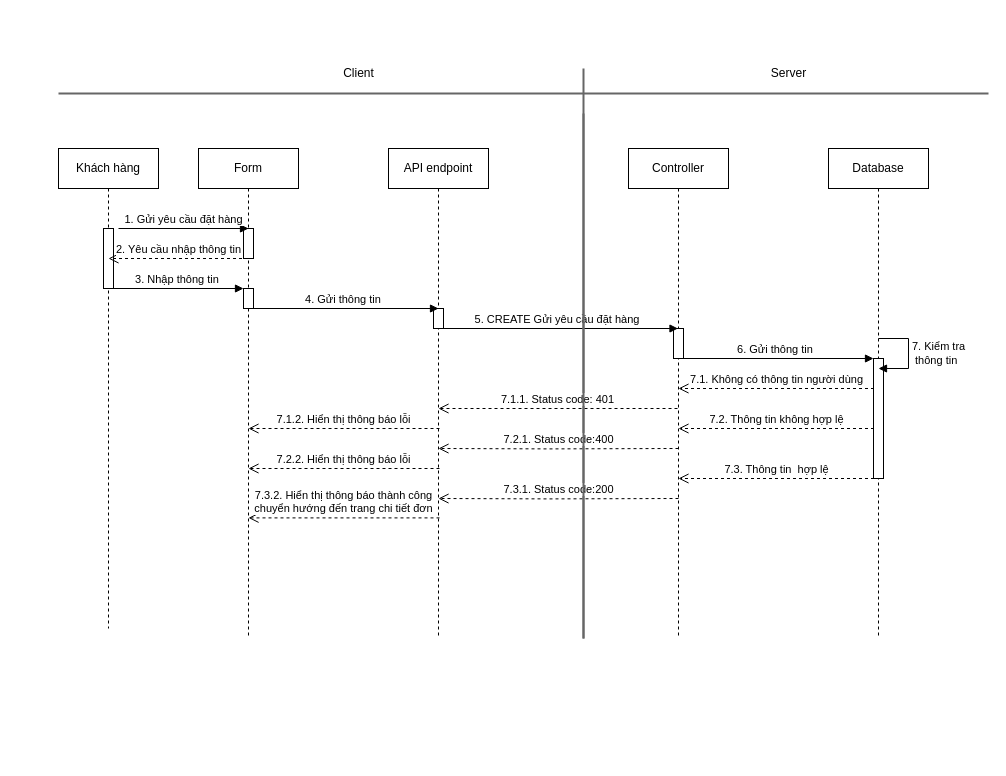
This is page "Page-2" (2 of 3) of SD/SD_QUANLYDATHANG.drawio from hieuNV0871/da, a draw.io file, before an edit. Source tidied: cells renumbered, new cells numbered last; positions are measured from the earlier drawing's top-left corner, leaving out a move shared by most shapes. Both pictures are drawn from the tidied source at 100%, with x=0, y=0 at pixel (58, 58).
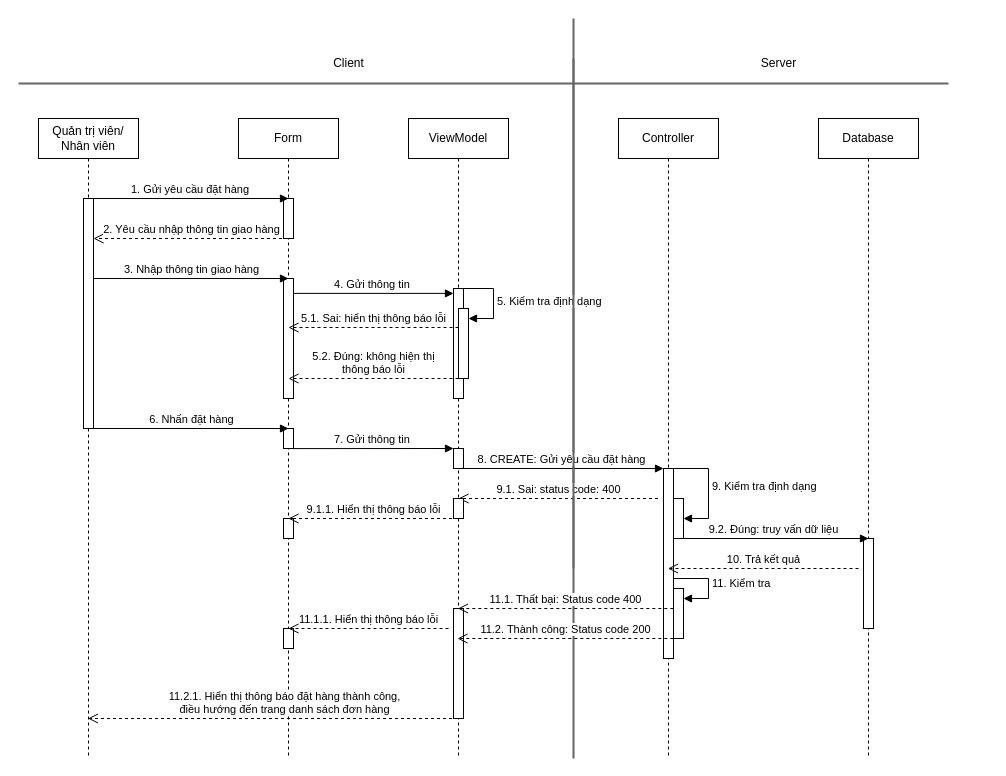
The same diagram, later.

What changed in the source:
```diff
@@
-    <mxCell id="2" value="Khách hàng" style="shape=umlLifeline;perimeter=lifelinePerimeter;whiteSpace=wrap;html=1;newEdgeStyle={&quot;curved&quot;:0,&quot;rounded&quot;:0};" parent="1" vertex="1">
-      <mxGeometry y="90" width="100" height="480" as="geometry" />
-    </mxCell>
-    <mxCell id="3" style="html=1;points=[[0,0,0,0,5],[0,1,0,0,-5],[1,0,0,0,5],[1,1,0,0,-5]];perimeter=orthogonalPerimeter;outlineConnect=0;targetShapes=umlLifeline;portConstraint=eastwest;newEdgeStyle={&quot;curved&quot;:0,&quot;rounded&quot;:0};" parent="2" vertex="1">
-      <mxGeometry x="45" y="80" width="10" height="60" as="geometry" />
-    </mxCell>
+    <mxCell id="34" style="line;strokeWidth=2;direction=south;html=1;fillColor=#f5f5f5;fontColor=#333333;strokeColor=#666666;" parent="1" vertex="1">
+      <mxGeometry x="510" y="-40" width="10" height="550" as="geometry" />
+    </mxCell>
+    <mxCell id="35" value="Quản trị viên/ Nhân viên" style="shape=umlLifeline;perimeter=lifelinePerimeter;whiteSpace=wrap;html=1;outlineConnect=0;portConstraint=eastwest;newEdgeStyle={&quot;curved&quot;:0,&quot;rounded&quot;:0};" parent="1" vertex="1">
+      <mxGeometry x="-20" y="60" width="100" height="640" as="geometry" />
+    </mxCell>
+    <mxCell id="36" style="html=1;points=[[0,0,0,0,5],[0,1,0,0,-5],[1,0,0,0,5],[1,1,0,0,-5]];perimeter=orthogonalPerimeter;outlineConnect=0;targetShapes=umlLifeline;portConstraint=eastwest;newEdgeStyle={&quot;curved&quot;:0,&quot;rounded&quot;:0};" parent="35" vertex="1">
+      <mxGeometry x="45" y="80" width="10" height="230" as="geometry" />
+    </mxCell>
     <mxCell id="4" value="Form" style="shape=umlLifeline;perimeter=lifelinePerimeter;whiteSpace=wrap;html=1;outlineConnect=0;portConstraint=eastwest;newEdgeStyle={&quot;curved&quot;:0,&quot;rounded&quot;:0};" parent="1" vertex="1">
-      <mxGeometry x="140" y="90" width="100" height="490" as="geometry" />
+      <mxGeometry x="180" y="60" width="100" height="640" as="geometry" />
     </mxCell>
-    <mxCell id="5" style="html=1;perimeter=orthogonalPerimeter;targetShapes=umlLifeline;newEdgeStyle={&quot;curved&quot;:0,&quot;rounded&quot;:0};" parent="4" vertex="1">
-      <mxGeometry x="45" y="80" width="10" height="30" as="geometry" />
-    </mxCell>
-    <mxCell id="6" style="html=1;points=[[0,0,0,0,5],[0,1,0,0,-5],[1,0,0,0,5],[1,1,0,0,-5]];perimeter=orthogonalPerimeter;outlineConnect=0;targetShapes=umlLifeline;portConstraint=eastwest;newEdgeStyle={&quot;curved&quot;:0,&quot;rounded&quot;:0};" parent="4" vertex="1">
-      <mxGeometry x="45" y="140" width="10" height="20" as="geometry" />
-    </mxCell>
+    <mxCell id="37" style="html=1;perimeter=orthogonalPerimeter;targetShapes=umlLifeline;newEdgeStyle={&quot;curved&quot;:0,&quot;rounded&quot;:0};" parent="4" vertex="1">
+      <mxGeometry x="45" y="80" width="10" height="40" as="geometry" />
+    </mxCell>
+    <mxCell id="38" style="html=1;points=[[0,0,0,0,5],[0,1,0,0,-5],[1,0,0,0,5],[1,1,0,0,-5]];perimeter=orthogonalPerimeter;outlineConnect=0;targetShapes=umlLifeline;portConstraint=eastwest;newEdgeStyle={&quot;curved&quot;:0,&quot;rounded&quot;:0};" parent="4" vertex="1">
+      <mxGeometry x="45" y="160" width="10" height="120" as="geometry" />
+    </mxCell>
+    <mxCell id="39" style="html=1;perimeter=orthogonalPerimeter;targetShapes=umlLifeline;newEdgeStyle={&quot;curved&quot;:0,&quot;rounded&quot;:0};" parent="4" vertex="1">
+      <mxGeometry x="45" y="310" width="10" height="20" as="geometry" />
+    </mxCell>
+    <mxCell id="40" style="html=1;perimeter=orthogonalPerimeter;targetShapes=umlLifeline;newEdgeStyle={&quot;curved&quot;:0,&quot;rounded&quot;:0};" parent="4" vertex="1">
+      <mxGeometry x="45" y="400" width="10" height="20" as="geometry" />
+    </mxCell>
+    <mxCell id="41" style="html=1;perimeter=orthogonalPerimeter;targetShapes=umlLifeline;newEdgeStyle={&quot;curved&quot;:0,&quot;rounded&quot;:0};" parent="4" vertex="1">
+      <mxGeometry x="45" y="510" width="10" height="20" as="geometry" />
+    </mxCell>
     <mxCell id="7" value="Controller" style="shape=umlLifeline;perimeter=lifelinePerimeter;whiteSpace=wrap;html=1;outlineConnect=0;portConstraint=eastwest;newEdgeStyle={&quot;curved&quot;:0,&quot;rounded&quot;:0};" parent="1" vertex="1">
-      <mxGeometry x="570" y="90" width="100" height="490" as="geometry" />
+      <mxGeometry x="560" y="60" width="100" height="640" as="geometry" />
     </mxCell>
-    <mxCell id="8" style="html=1;perimeter=orthogonalPerimeter;targetShapes=umlLifeline;newEdgeStyle={&quot;curved&quot;:0,&quot;rounded&quot;:0};" parent="7" vertex="1">
-      <mxGeometry x="45" y="180" width="10" height="30" as="geometry" />
-    </mxCell>
-    <mxCell id="9" value="2. Yêu cầu nhập thông tin" style="html=1;verticalAlign=bottom;endArrow=open;dashed=1;endSize=8;curved=0;rounded=0;" parent="1" edge="1">
-      <mxGeometry relative="1" as="geometry">
-        <mxPoint x="189.5" y="200" as="sourcePoint" />
-        <mxPoint x="50" y="200" as="targetPoint" />
-        <Array as="points">
-          <mxPoint x="90" y="200" />
-        </Array>
-      </mxGeometry>
-    </mxCell>
-    <mxCell id="10" value="3. Nhập thông tin&amp;nbsp;" style="html=1;verticalAlign=bottom;endArrow=block;curved=0;rounded=0;" parent="1" edge="1" source="3" target="6">
-      <mxGeometry relative="1" as="geometry" />
-    </mxCell>
+    <mxCell id="42" style="html=1;points=[[0,0,0,0,5],[0,1,0,0,-5],[1,0,0,0,5],[1,1,0,0,-5]];perimeter=orthogonalPerimeter;outlineConnect=0;targetShapes=umlLifeline;portConstraint=eastwest;newEdgeStyle={&quot;curved&quot;:0,&quot;rounded&quot;:0};" parent="7" vertex="1">
+      <mxGeometry x="45" y="350" width="10" height="190" as="geometry" />
+    </mxCell>
+    <mxCell id="43" value="9. Kiểm tra định dạng" style="html=1;align=left;spacingLeft=2;endArrow=block;rounded=0;edgeStyle=orthogonalEdgeStyle;curved=0;rounded=0;exitX=0.5;exitY=0;exitDx=0;exitDy=0;exitPerimeter=0;" parent="7" edge="1" source="42" target="44">
+      <mxGeometry relative="1" as="geometry">
+        <Array as="points">
+          <mxPoint x="90" y="350" />
+          <mxPoint x="90" y="400" />
+        </Array>
+      </mxGeometry>
+    </mxCell>
+    <mxCell id="44" style="html=1;points=[[0,0,0,0,5],[0,1,0,0,-5],[1,0,0,0,5],[1,1,0,0,-5]];perimeter=orthogonalPerimeter;outlineConnect=0;targetShapes=umlLifeline;portConstraint=eastwest;newEdgeStyle={&quot;curved&quot;:0,&quot;rounded&quot;:0};" parent="7" vertex="1">
+      <mxGeometry x="55" y="380" width="10" height="40" as="geometry" />
+    </mxCell>
+    <mxCell id="45" style="html=1;points=[[0,0,0,0,5],[0,1,0,0,-5],[1,0,0,0,5],[1,1,0,0,-5]];perimeter=orthogonalPerimeter;outlineConnect=0;targetShapes=umlLifeline;portConstraint=eastwest;newEdgeStyle={&quot;curved&quot;:0,&quot;rounded&quot;:0};" parent="7" vertex="1">
+      <mxGeometry x="55" y="470" width="10" height="50" as="geometry" />
+    </mxCell>
+    <mxCell id="46" value="11. Kiểm tra" style="html=1;align=left;spacingLeft=2;endArrow=block;rounded=0;edgeStyle=orthogonalEdgeStyle;curved=0;rounded=0;" parent="7" edge="1" target="45">
+      <mxGeometry relative="1" as="geometry">
+        <mxPoint x="55" y="460" as="sourcePoint" />
+        <Array as="points">
+          <mxPoint x="90" y="460" />
+          <mxPoint x="90" y="480" />
+        </Array>
+      </mxGeometry>
+    </mxCell>
+    <mxCell id="47" value="2. Yêu cầu nhập thông tin giao hàng" style="html=1;verticalAlign=bottom;endArrow=open;dashed=1;endSize=8;curved=0;rounded=0;" parent="1" edge="1" source="4" target="36">
+      <mxGeometry relative="1" as="geometry">
+        <Array as="points">
+          <mxPoint x="110" y="180" />
+        </Array>
+      </mxGeometry>
+    </mxCell>
+    <mxCell id="48" value="3. Nhập thông tin giao hàng" style="html=1;verticalAlign=bottom;endArrow=block;curved=0;rounded=0;" parent="1" edge="1" source="36">
+      <mxGeometry relative="1" as="geometry">
+        <mxPoint x="230" y="220" as="targetPoint" />
+      </mxGeometry>
+    </mxCell>
-    <mxCell id="11" value="1. Gửi yêu cầu đặt hàng" style="html=1;verticalAlign=bottom;endArrow=block;curved=0;rounded=0;" parent="1" edge="1">
+    <mxCell id="11" value="1. Gửi yêu cầu đặt hàng&amp;nbsp;" style="html=1;verticalAlign=bottom;endArrow=block;curved=0;rounded=0;" parent="1" edge="1">
       <mxGeometry relative="1" as="geometry">
-        <mxPoint x="60" y="170" as="sourcePoint" />
-        <mxPoint x="190" y="170" as="targetPoint" />
+        <mxPoint x="35" y="140" as="sourcePoint" />
+        <mxPoint x="230" y="140" as="targetPoint" />
       </mxGeometry>
     </mxCell>
-    <mxCell id="12" value="5. CREATE Gửi yêu cầu đặt hàng&amp;nbsp;" style="html=1;verticalAlign=bottom;endArrow=block;curved=0;rounded=0;" parent="1" edge="1" target="7">
-      <mxGeometry relative="1" as="geometry">
-        <mxPoint x="380" y="270" as="sourcePoint" />
-      </mxGeometry>
-    </mxCell>
+    <mxCell id="49" value="8. CREATE: Gửi yêu cầu đặt hàng" style="html=1;verticalAlign=bottom;endArrow=block;curved=0;rounded=0;" parent="1" edge="1">
+      <mxGeometry relative="1" as="geometry">
+        <mxPoint x="400" y="410" as="sourcePoint" />
+        <mxPoint x="605" y="410" as="targetPoint" />
+      </mxGeometry>
+    </mxCell>
+    <mxCell id="50" value="9.1. Sai: status code: 400" style="html=1;verticalAlign=bottom;endArrow=open;dashed=1;endSize=8;curved=0;rounded=0;" parent="1" edge="1">
+      <mxGeometry relative="1" as="geometry">
+        <mxPoint x="599.5" y="440" as="sourcePoint" />
+        <mxPoint x="400" y="440" as="targetPoint" />
+        <Array as="points">
+          <mxPoint x="475" y="440" />
+        </Array>
+      </mxGeometry>
+    </mxCell>
     <mxCell id="13" value="Database" style="shape=umlLifeline;perimeter=lifelinePerimeter;whiteSpace=wrap;html=1;newEdgeStyle={&quot;curved&quot;:0,&quot;rounded&quot;:0};" parent="1" vertex="1">
-      <mxGeometry x="770" y="90" width="100" height="490" as="geometry" />
+      <mxGeometry x="760" y="60" width="100" height="640" as="geometry" />
     </mxCell>
-    <mxCell id="14" style="html=1;points=[[0,0,0,0,5],[0,1,0,0,-5],[1,0,0,0,5],[1,1,0,0,-5]];perimeter=orthogonalPerimeter;outlineConnect=0;targetShapes=umlLifeline;portConstraint=eastwest;newEdgeStyle={&quot;curved&quot;:0,&quot;rounded&quot;:0};" parent="13" vertex="1">
-      <mxGeometry x="45" y="210" width="10" height="120" as="geometry" />
-    </mxCell>
-    <mxCell id="15" style="line;strokeWidth=2;html=1;fillColor=#f5f5f5;fontColor=#333333;strokeColor=#666666;" parent="1" vertex="1">
-      <mxGeometry y="30" width="930" height="10" as="geometry" />
-    </mxCell>
+    <mxCell id="51" style="html=1;perimeter=orthogonalPerimeter;targetShapes=umlLifeline;newEdgeStyle={&quot;curved&quot;:0,&quot;rounded&quot;:0};" parent="13" vertex="1">
+      <mxGeometry x="45" y="420" width="10" height="90" as="geometry" />
+    </mxCell>
+    <mxCell id="52" style="line;strokeWidth=2;html=1;fillColor=#f5f5f5;fontColor=#333333;strokeColor=#666666;" parent="1" vertex="1">
+      <mxGeometry x="-40" y="20" width="930" height="10" as="geometry" />
+    </mxCell>
     <mxCell id="16" value="Server" style="text;html=1;align=center;verticalAlign=middle;strokeColor=none;fillColor=none;" parent="1" vertex="1">
-      <mxGeometry x="700" width="60" height="30" as="geometry" />
+      <mxGeometry x="690" y="-10" width="60" height="30" as="geometry" />
     </mxCell>
     <mxCell id="17" value="Client" style="text;html=1;align=center;verticalAlign=middle;strokeColor=none;fillColor=none;" parent="1" vertex="1">
-      <mxGeometry x="275" width="50" height="30" as="geometry" />
+      <mxGeometry x="265" y="-10" width="50" height="30" as="geometry" />
     </mxCell>
-    <mxCell id="18" style="line;strokeWidth=2;direction=south;html=1;fillColor=#f5f5f5;fontColor=#333333;strokeColor=#666666;" parent="1" vertex="1">
-      <mxGeometry x="520" y="10" width="10" height="570" as="geometry" />
-    </mxCell>
-    <mxCell id="19" value="API endpoint" style="shape=umlLifeline;perimeter=lifelinePerimeter;whiteSpace=wrap;html=1;newEdgeStyle={&quot;curved&quot;:0,&quot;rounded&quot;:0};" parent="1" vertex="1">
-      <mxGeometry x="330" y="90" width="100" height="490" as="geometry" />
-    </mxCell>
-    <mxCell id="20" style="html=1;perimeter=orthogonalPerimeter;targetShapes=umlLifeline;newEdgeStyle={&quot;curved&quot;:0,&quot;rounded&quot;:0};" parent="19" vertex="1">
-      <mxGeometry x="45" y="160" width="10" height="20" as="geometry" />
-    </mxCell>
+    <mxCell id="53" value="ViewModel" style="shape=umlLifeline;perimeter=lifelinePerimeter;whiteSpace=wrap;html=1;outlineConnect=0;portConstraint=eastwest;newEdgeStyle={&quot;curved&quot;:0,&quot;rounded&quot;:0};" parent="1" vertex="1">
+      <mxGeometry x="350" y="60" width="100" height="640" as="geometry" />
+    </mxCell>
+    <mxCell id="54" style="html=1;perimeter=orthogonalPerimeter;targetShapes=umlLifeline;newEdgeStyle={&quot;curved&quot;:0,&quot;rounded&quot;:0};" parent="53" vertex="1">
+      <mxGeometry x="45" y="170" width="10" height="110" as="geometry" />
+    </mxCell>
+    <mxCell id="55" value="5. Kiểm tra định dạng" style="html=1;align=left;spacingLeft=2;endArrow=block;rounded=0;edgeStyle=orthogonalEdgeStyle;curved=0;rounded=0;" parent="53" edge="1" target="56">
+      <mxGeometry relative="1" as="geometry">
+        <mxPoint x="55" y="170" as="sourcePoint" />
+        <Array as="points">
+          <mxPoint x="85" y="200" />
+        </Array>
+      </mxGeometry>
+    </mxCell>
+    <mxCell id="56" style="html=1;points=[[0,0,0,0,5],[0,1,0,0,-5],[1,0,0,0,5],[1,1,0,0,-5]];perimeter=orthogonalPerimeter;outlineConnect=0;targetShapes=umlLifeline;portConstraint=eastwest;newEdgeStyle={&quot;curved&quot;:0,&quot;rounded&quot;:0};" parent="53" vertex="1">
+      <mxGeometry x="50" y="190" width="10" height="70" as="geometry" />
+    </mxCell>
+    <mxCell id="57" style="html=1;perimeter=orthogonalPerimeter;targetShapes=umlLifeline;newEdgeStyle={&quot;curved&quot;:0,&quot;rounded&quot;:0};" parent="53" vertex="1">
+      <mxGeometry x="45" y="330" width="10" height="20" as="geometry" />
+    </mxCell>
+    <mxCell id="58" style="html=1;perimeter=orthogonalPerimeter;targetShapes=umlLifeline;newEdgeStyle={&quot;curved&quot;:0,&quot;rounded&quot;:0};" parent="53" vertex="1">
+      <mxGeometry x="45" y="380" width="10" height="20" as="geometry" />
+    </mxCell>
+    <mxCell id="59" style="html=1;perimeter=orthogonalPerimeter;targetShapes=umlLifeline;newEdgeStyle={&quot;curved&quot;:0,&quot;rounded&quot;:0};" parent="53" vertex="1">
+      <mxGeometry x="45" y="490" width="10" height="110" as="geometry" />
+    </mxCell>
-    <mxCell id="21" value="4. Gửi thông tin&amp;nbsp;" style="html=1;verticalAlign=bottom;endArrow=block;curved=0;rounded=0;" parent="1" edge="1">
+    <mxCell id="21" value="4. Gửi thông tin&amp;nbsp;" style="html=1;verticalAlign=bottom;endArrow=block;curved=0;rounded=0;" parent="1" edge="1" source="38">
       <mxGeometry relative="1" as="geometry">
-        <mxPoint x="190.5" y="250" as="sourcePoint" />
-        <mxPoint x="380" y="250" as="targetPoint" />
+        <mxPoint x="395" y="234.9" as="targetPoint" />
       </mxGeometry>
     </mxCell>
-    <mxCell id="22" value="7. Kiểm tra&lt;br&gt;&amp;nbsp;thông tin" style="html=1;align=left;spacingLeft=2;endArrow=block;rounded=0;edgeStyle=orthogonalEdgeStyle;curved=0;rounded=0;" parent="1" edge="1">
-      <mxGeometry relative="1" as="geometry">
-        <mxPoint x="820" y="280" as="sourcePoint" />
-        <mxPoint x="820" y="310" as="targetPoint" />
-        <Array as="points">
-          <mxPoint x="850" y="310" />
-        </Array>
-      </mxGeometry>
-    </mxCell>
-    <mxCell id="23" value="6. Gửi thông tin&amp;nbsp;" style="html=1;verticalAlign=bottom;endArrow=block;curved=0;rounded=0;" parent="1" edge="1" target="14">
-      <mxGeometry relative="1" as="geometry">
-        <mxPoint x="620" y="300" as="sourcePoint" />
-      </mxGeometry>
-    </mxCell>
-    <mxCell id="24" value="7.1. Không có thông tin người dùng" style="html=1;verticalAlign=bottom;endArrow=open;dashed=1;endSize=8;curved=0;rounded=0;" parent="1" edge="1">
-      <mxGeometry relative="1" as="geometry">
-        <mxPoint x="815.5" y="330" as="sourcePoint" />
-        <mxPoint x="620" y="330" as="targetPoint" />
-        <Array as="points">
-          <mxPoint x="655.5" y="330" />
-        </Array>
-      </mxGeometry>
-    </mxCell>
-    <mxCell id="25" value="7.2. Thông tin không hợp lệ" style="html=1;verticalAlign=bottom;endArrow=open;dashed=1;endSize=8;curved=0;rounded=0;" parent="1" edge="1">
-      <mxGeometry relative="1" as="geometry">
-        <mxPoint x="815.5" y="370" as="sourcePoint" />
-        <mxPoint x="620" y="370" as="targetPoint" />
-      </mxGeometry>
-    </mxCell>
-    <mxCell id="26" value="7.1.1. Status code: 401" style="html=1;verticalAlign=bottom;endArrow=open;dashed=1;endSize=8;curved=0;rounded=0;" parent="1" edge="1">
-      <mxGeometry relative="1" as="geometry">
-        <mxPoint x="619" y="350" as="sourcePoint" />
-        <mxPoint x="380" y="350" as="targetPoint" />
-        <Array as="points">
-          <mxPoint x="480.5" y="350" />
-        </Array>
-      </mxGeometry>
-    </mxCell>
-    <mxCell id="27" value="7.2.1. Status code:400" style="html=1;verticalAlign=bottom;endArrow=open;dashed=1;endSize=8;curved=0;rounded=0;" parent="1" edge="1">
-      <mxGeometry relative="1" as="geometry">
-        <mxPoint x="620" y="390" as="sourcePoint" />
-        <mxPoint x="380" y="390" as="targetPoint" />
-        <Array as="points">
-          <mxPoint x="490.5" y="390.4" />
-        </Array>
-      </mxGeometry>
-    </mxCell>
-    <mxCell id="28" value="7.1.2. Hiển thị thông báo lỗi" style="html=1;verticalAlign=bottom;endArrow=open;dashed=1;endSize=8;curved=0;rounded=0;" parent="1" edge="1">
-      <mxGeometry relative="1" as="geometry">
-        <mxPoint x="381" y="370" as="sourcePoint" />
-        <mxPoint x="190" y="370" as="targetPoint" />
-      </mxGeometry>
-    </mxCell>
-    <mxCell id="29" value="7.3. Thông tin&amp;nbsp; hợp lệ" style="html=1;verticalAlign=bottom;endArrow=open;dashed=1;endSize=8;curved=0;rounded=0;" parent="1" edge="1">
-      <mxGeometry relative="1" as="geometry">
-        <mxPoint x="815.5" y="420" as="sourcePoint" />
-        <mxPoint x="620" y="420" as="targetPoint" />
-      </mxGeometry>
-    </mxCell>
-    <mxCell id="30" value="7.3.1. Status code:200" style="html=1;verticalAlign=bottom;endArrow=open;dashed=1;endSize=8;curved=0;rounded=0;" parent="1" edge="1">
-      <mxGeometry relative="1" as="geometry">
-        <mxPoint x="620" y="440" as="sourcePoint" />
-        <mxPoint x="380" y="440" as="targetPoint" />
-        <Array as="points">
-          <mxPoint x="490.5" y="440.4" />
-        </Array>
-      </mxGeometry>
-    </mxCell>
-    <mxCell id="31" style="line;strokeWidth=2;direction=south;html=1;fillColor=#f5f5f5;fontColor=#333333;strokeColor=#666666;" parent="1" vertex="1">
-      <mxGeometry x="520" y="55" width="10" height="525" as="geometry" />
-    </mxCell>
-    <mxCell id="32" value="7.2.2. Hiển thị thông báo lỗi" style="html=1;verticalAlign=bottom;endArrow=open;dashed=1;endSize=8;curved=0;rounded=0;" parent="1" edge="1">
-      <mxGeometry relative="1" as="geometry">
-        <mxPoint x="381" y="410" as="sourcePoint" />
-        <mxPoint x="190" y="410" as="targetPoint" />
-      </mxGeometry>
-    </mxCell>
-    <mxCell id="33" value="7.3.2. Hiển thị thông báo thành công&lt;br&gt;chuyển hướng đến trang chi tiết đơn" style="html=1;verticalAlign=bottom;endArrow=open;dashed=1;endSize=8;curved=0;rounded=0;" parent="1" edge="1">
-      <mxGeometry relative="1" as="geometry">
-        <mxPoint x="381" y="459.4" as="sourcePoint" />
-        <mxPoint x="190" y="459.4" as="targetPoint" />
-      </mxGeometry>
-    </mxCell>
+    <mxCell id="60" style="line;strokeWidth=2;direction=south;html=1;fillColor=#f5f5f5;fontColor=#333333;strokeColor=#666666;" parent="1" vertex="1">
+      <mxGeometry x="510" width="10" height="700" as="geometry" />
+    </mxCell>
+    <mxCell id="61" value="11.2.1. Hiển thị thông báo đặt hàng thành công,&lt;br&gt;điều hướng đến trang danh sách đơn hàng" style="html=1;verticalAlign=bottom;endArrow=open;dashed=1;endSize=8;curved=0;rounded=0;" parent="1" edge="1" source="53" target="35">
+      <mxGeometry x="-0.06" relative="1" as="geometry">
+        <Array as="points">
+          <mxPoint x="257.5" y="660" />
+        </Array>
+      </mxGeometry>
+    </mxCell>
+    <mxCell id="62" value="5.1. Sai: hiển thị thông báo lỗi" style="html=1;verticalAlign=bottom;endArrow=open;dashed=1;endSize=8;curved=0;rounded=0;" parent="1" edge="1" source="56">
+      <mxGeometry relative="1" as="geometry">
+        <mxPoint x="230" y="269" as="targetPoint" />
+      </mxGeometry>
+    </mxCell>
+    <mxCell id="63" value="5.2. Đúng: không hiện thị &lt;br&gt;thông báo lỗi" style="html=1;verticalAlign=bottom;endArrow=open;dashed=1;endSize=8;curved=0;rounded=0;" parent="1" edge="1">
+      <mxGeometry relative="1" as="geometry">
+        <mxPoint x="400" y="320" as="sourcePoint" />
+        <mxPoint x="230" y="320" as="targetPoint" />
+      </mxGeometry>
+    </mxCell>
+    <mxCell id="64" value="6. Nhấn đặt hàng" style="html=1;verticalAlign=bottom;endArrow=block;curved=0;rounded=0;" parent="1" edge="1">
+      <mxGeometry relative="1" as="geometry">
+        <mxPoint x="35" y="370" as="sourcePoint" />
+        <mxPoint x="230" y="370" as="targetPoint" />
+      </mxGeometry>
+    </mxCell>
+    <mxCell id="65" value="7. Gửi thông tin&amp;nbsp;" style="html=1;verticalAlign=bottom;endArrow=block;curved=0;rounded=0;" parent="1" edge="1">
+      <mxGeometry relative="1" as="geometry">
+        <mxPoint x="235" y="390.1" as="sourcePoint" />
+        <mxPoint x="395" y="390" as="targetPoint" />
+      </mxGeometry>
+    </mxCell>
+    <mxCell id="66" value="9.1.1. Hiển thị thông báo lỗi" style="html=1;verticalAlign=bottom;endArrow=open;dashed=1;endSize=8;curved=0;rounded=0;" parent="1" edge="1">
+      <mxGeometry relative="1" as="geometry">
+        <mxPoint x="399.5" y="460" as="sourcePoint" />
+        <mxPoint x="230" y="460" as="targetPoint" />
+        <Array as="points">
+          <mxPoint x="275" y="460" />
+        </Array>
+      </mxGeometry>
+    </mxCell>
+    <mxCell id="67" value="9.2. Đúng: truy vấn dữ liệu" style="html=1;verticalAlign=bottom;endArrow=block;curved=0;rounded=0;" parent="1" edge="1">
+      <mxGeometry relative="1" as="geometry">
+        <mxPoint x="620" y="480" as="sourcePoint" />
+        <mxPoint x="810" y="480" as="targetPoint" />
+      </mxGeometry>
+    </mxCell>
+    <mxCell id="68" value="10. Trả kết quả" style="html=1;verticalAlign=bottom;endArrow=open;dashed=1;endSize=8;curved=0;rounded=0;" parent="1" edge="1" target="7">
+      <mxGeometry relative="1" as="geometry">
+        <mxPoint x="800" y="510" as="sourcePoint" />
+      </mxGeometry>
+    </mxCell>
+    <mxCell id="69" value="11.1. Thất bại: Status code 400" style="html=1;verticalAlign=bottom;endArrow=open;dashed=1;endSize=8;curved=0;rounded=0;" parent="1" edge="1" target="53">
+      <mxGeometry relative="1" as="geometry">
+        <mxPoint x="614.8" y="550" as="sourcePoint" />
+      </mxGeometry>
+    </mxCell>
+    <mxCell id="70" value="11.2. Thành công: Status code 200" style="html=1;verticalAlign=bottom;endArrow=open;dashed=1;endSize=8;curved=0;rounded=0;" parent="1" edge="1">
+      <mxGeometry relative="1" as="geometry">
+        <mxPoint x="614.8" y="580" as="sourcePoint" />
+        <mxPoint x="399" y="580" as="targetPoint" />
+      </mxGeometry>
+    </mxCell>
+    <mxCell id="71" value="11.1.1. Hiển thị thông báo lỗi" style="html=1;verticalAlign=bottom;endArrow=open;dashed=1;endSize=8;curved=0;rounded=0;" parent="1" edge="1">
+      <mxGeometry relative="1" as="geometry">
+        <mxPoint x="390" y="570" as="sourcePoint" />
+        <mxPoint x="230" y="570" as="targetPoint" />
+        <Array as="points">
+          <mxPoint x="265" y="570" />
+        </Array>
+      </mxGeometry>
+    </mxCell>
```
